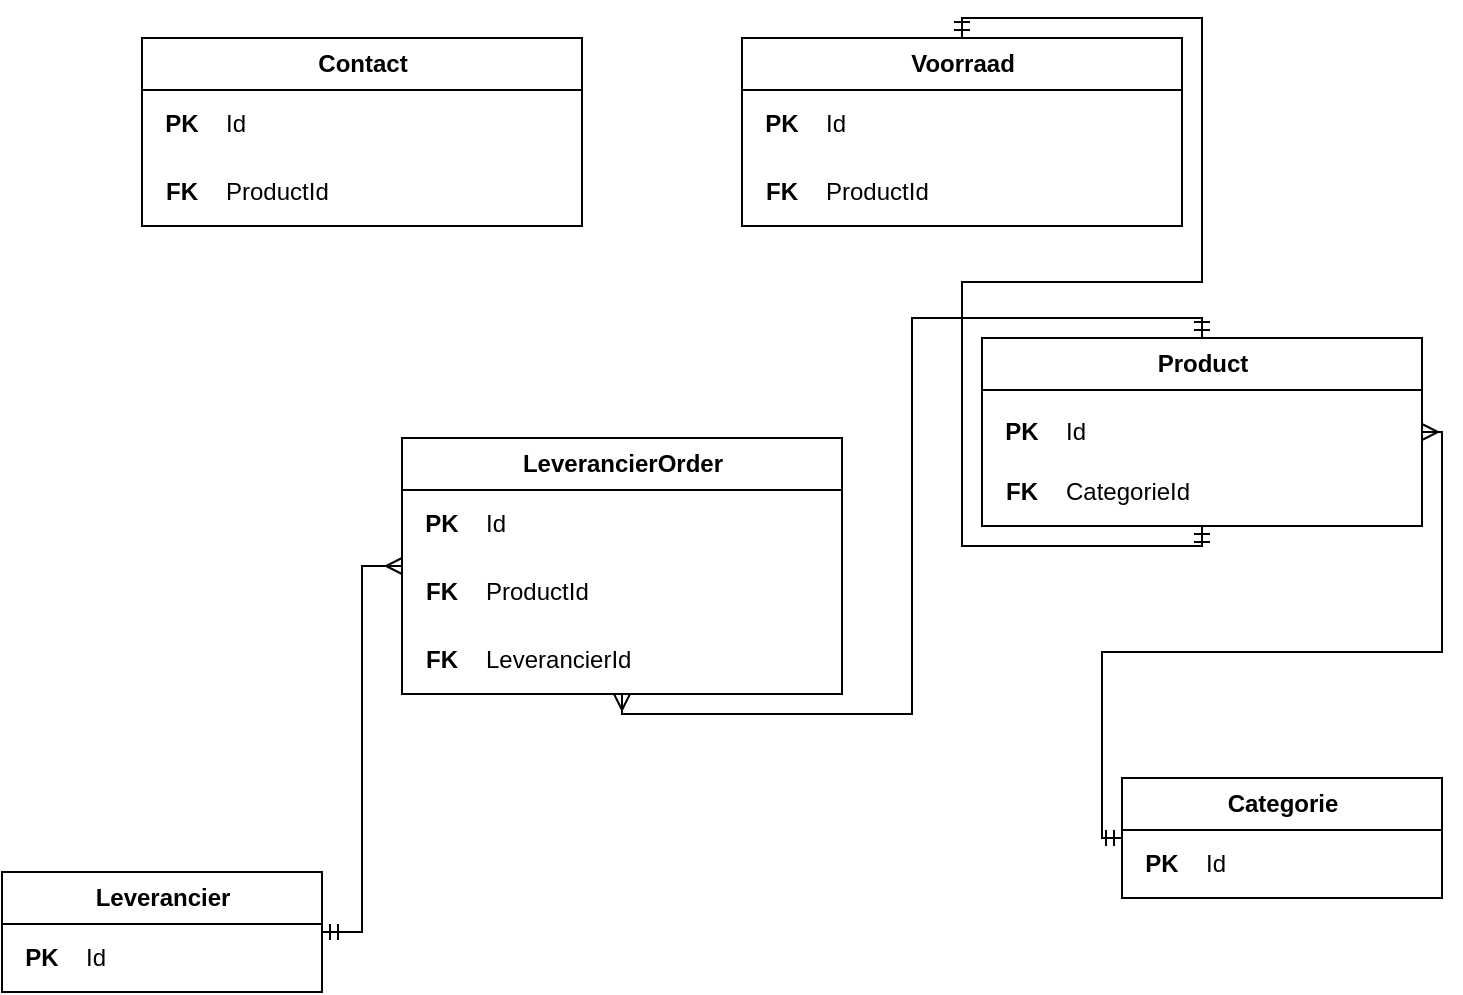
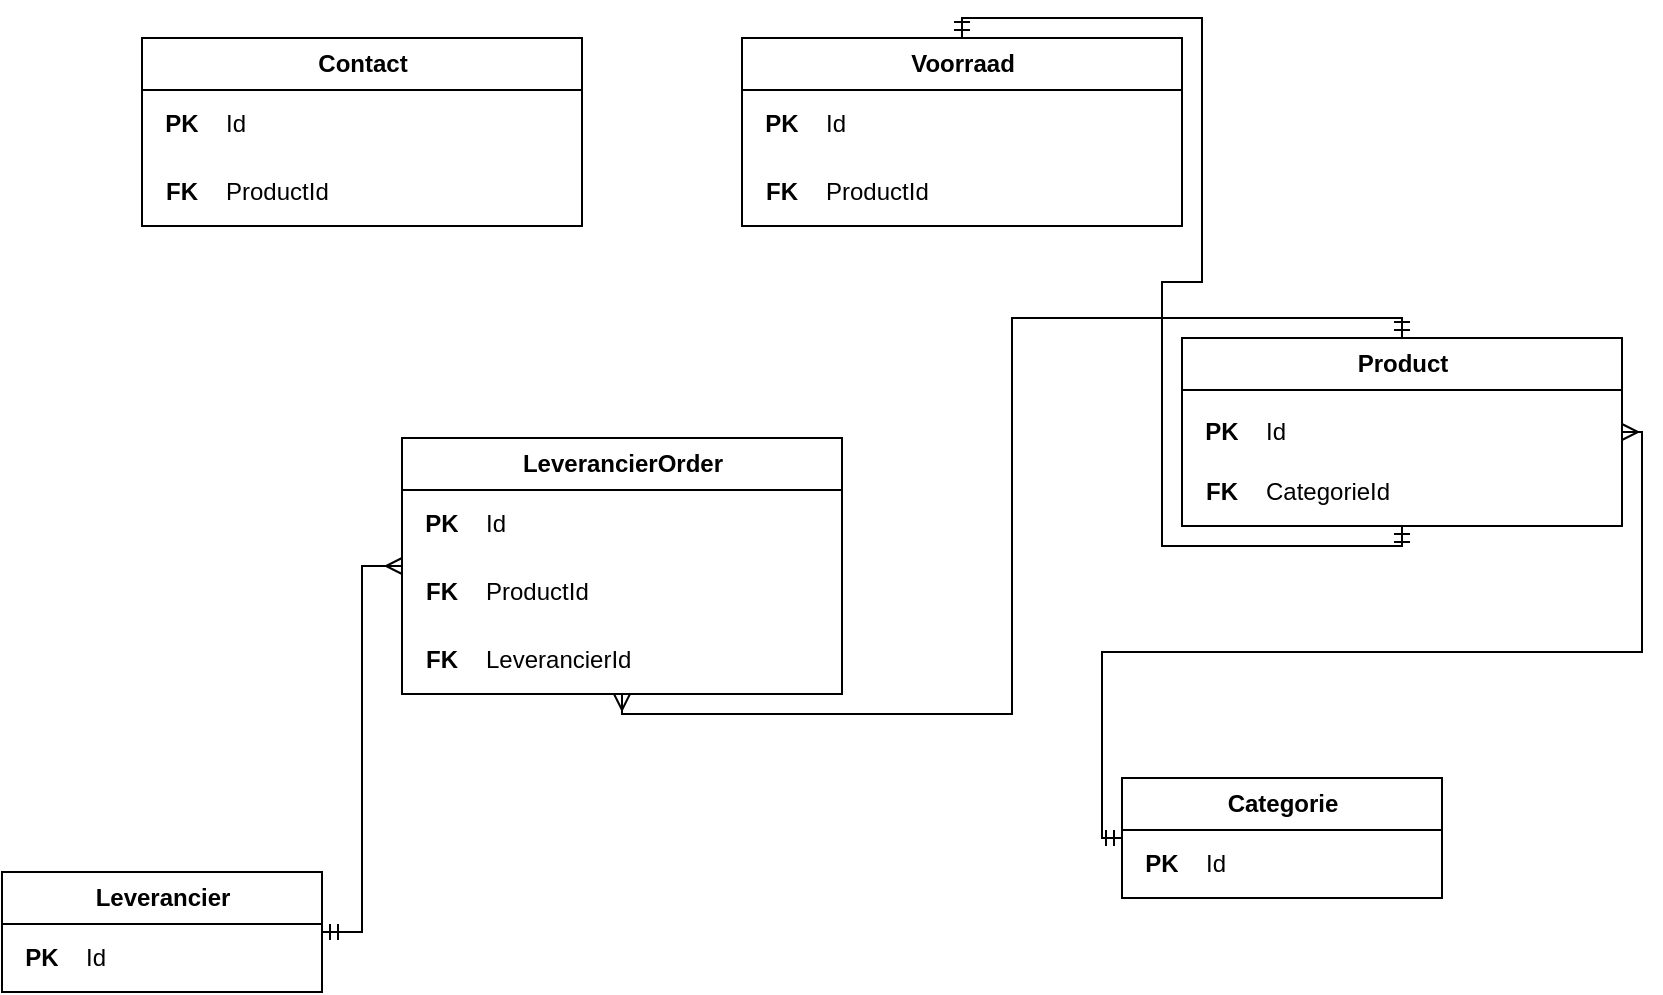
<mxfile host="65bd71144e">
    <diagram id="ProductERD" name="Product ERD">
-         <mxGraphModel dx="1082" dy="1200" grid="1" gridSize="10" guides="1" tooltips="1" connect="1" arrows="1" fold="1" page="1" pageScale="1" pageWidth="827" pageHeight="1169" math="0" shadow="0">
+         <mxGraphModel dx="727" dy="1029" grid="1" gridSize="10" guides="1" tooltips="1" connect="1" arrows="1" fold="1" page="1" pageScale="1" pageWidth="827" pageHeight="1169" math="0" shadow="0">
            <root>
                <mxCell id="0"/>
                <mxCell id="1" parent="0"/>
                <mxCell id="cat" value="Categorie" style="swimlane;childLayout=listLayout;collapsible=0;connectable=0;horizontal=1;startSize=26;fillColor=#ffffff;strokeColor=#000000;fontStyle=1;html=1;" parent="1" vertex="1">
                    <mxGeometry x="580" y="390" width="160" height="60" as="geometry"/>
                </mxCell>
-                 <mxCell id="cat_r1" value="" style="shape=partialRectangle;top=0;left=0;bottom=0;right=0;fillColor=none;align=left;verticalAlign=top;spacingLeft=4;spacingRight=4;overflow=hidden;rotatable=0;points=[];portConstraint=eastwest;html=1;" vertex="1" parent="cat">
+                 <mxCell id="cat_r1" value="" style="shape=partialRectangle;top=0;left=0;bottom=0;right=0;fillColor=none;align=left;verticalAlign=top;spacingLeft=4;spacingRight=4;overflow=hidden;rotatable=0;points=[];portConstraint=eastwest;html=1;" parent="cat" vertex="1">
                    <mxGeometry y="26" width="160" height="34" as="geometry"/>
                </mxCell>
-                 <mxCell id="cat_r1_k" value="PK" style="shape=partialRectangle;top=0;left=0;bottom=0;right=0;fillColor=none;align=center;verticalAlign=middle;fontStyle=1;overflow=hidden;connectable=0;html=1;" vertex="1" parent="cat_r1">
+                 <mxCell id="cat_r1_k" value="PK" style="shape=partialRectangle;top=0;left=0;bottom=0;right=0;fillColor=none;align=center;verticalAlign=middle;fontStyle=1;overflow=hidden;connectable=0;html=1;" parent="cat_r1" vertex="1">
                    <mxGeometry width="40" height="34" as="geometry"/>
                </mxCell>
-                 <mxCell id="cat_r1_v" value="Id" style="shape=partialRectangle;top=0;left=0;bottom=0;right=0;fillColor=none;align=left;verticalAlign=middle;overflow=hidden;connectable=0;html=1;" vertex="1" parent="cat_r1">
+                 <mxCell id="cat_r1_v" value="Id" style="shape=partialRectangle;top=0;left=0;bottom=0;right=0;fillColor=none;align=left;verticalAlign=middle;overflow=hidden;connectable=0;html=1;" parent="cat_r1" vertex="1">
                    <mxGeometry x="40" width="120" height="34" as="geometry"/>
                </mxCell>
                <mxCell id="prod" value="Product" style="swimlane;childLayout=listLayout;collapsible=0;connectable=0;horizontal=1;startSize=26;fillColor=#ffffff;strokeColor=#000000;fontStyle=1;html=1;" parent="1" vertex="1">
-                     <mxGeometry x="510" y="170" width="220" height="94" as="geometry"/>
+                     <mxGeometry x="610" y="170" width="220" height="94" as="geometry"/>
                </mxCell>
-                 <mxCell id="prod_r1" value="" style="shape=partialRectangle;top=0;left=0;bottom=0;right=0;fillColor=none;align=left;verticalAlign=top;spacingLeft=4;spacingRight=4;overflow=hidden;rotatable=0;points=[];portConstraint=eastwest;html=1;" vertex="1" parent="prod">
+                 <mxCell id="prod_r1" value="" style="shape=partialRectangle;top=0;left=0;bottom=0;right=0;fillColor=none;align=left;verticalAlign=top;spacingLeft=4;spacingRight=4;overflow=hidden;rotatable=0;points=[];portConstraint=eastwest;html=1;" parent="prod" vertex="1">
                    <mxGeometry y="30" width="220" height="34" as="geometry"/>
                </mxCell>
-                 <mxCell id="prod_r1_k" value="PK" style="shape=partialRectangle;top=0;left=0;bottom=0;right=0;fillColor=none;align=center;verticalAlign=middle;fontStyle=1;overflow=hidden;connectable=0;html=1;" vertex="1" parent="prod_r1">
+                 <mxCell id="prod_r1_k" value="PK" style="shape=partialRectangle;top=0;left=0;bottom=0;right=0;fillColor=none;align=center;verticalAlign=middle;fontStyle=1;overflow=hidden;connectable=0;html=1;" parent="prod_r1" vertex="1">
                    <mxGeometry width="40" height="34" as="geometry"/>
                </mxCell>
-                 <mxCell id="prod_r1_v" value="Id" style="shape=partialRectangle;top=0;left=0;bottom=0;right=0;fillColor=none;align=left;verticalAlign=middle;overflow=hidden;connectable=0;html=1;" vertex="1" parent="prod_r1">
+                 <mxCell id="prod_r1_v" value="Id" style="shape=partialRectangle;top=0;left=0;bottom=0;right=0;fillColor=none;align=left;verticalAlign=middle;overflow=hidden;connectable=0;html=1;" parent="prod_r1" vertex="1">
                    <mxGeometry x="40" width="180" height="34" as="geometry"/>
                </mxCell>
-                 <mxCell id="prod_r2" value="" style="shape=partialRectangle;top=0;left=0;bottom=0;right=0;fillColor=none;align=left;verticalAlign=top;spacingLeft=4;spacingRight=4;overflow=hidden;rotatable=0;points=[];portConstraint=eastwest;html=1;" vertex="1" parent="prod">
+                 <mxCell id="prod_r2" value="" style="shape=partialRectangle;top=0;left=0;bottom=0;right=0;fillColor=none;align=left;verticalAlign=top;spacingLeft=4;spacingRight=4;overflow=hidden;rotatable=0;points=[];portConstraint=eastwest;html=1;" parent="prod" vertex="1">
                    <mxGeometry y="60" width="220" height="34" as="geometry"/>
                </mxCell>
-                 <mxCell id="prod_r2_k" value="FK" style="shape=partialRectangle;top=0;left=0;bottom=0;right=0;fillColor=none;align=center;verticalAlign=middle;fontStyle=1;overflow=hidden;connectable=0;html=1;" vertex="1" parent="prod_r2">
+                 <mxCell id="prod_r2_k" value="FK" style="shape=partialRectangle;top=0;left=0;bottom=0;right=0;fillColor=none;align=center;verticalAlign=middle;fontStyle=1;overflow=hidden;connectable=0;html=1;" parent="prod_r2" vertex="1">
                    <mxGeometry width="40" height="34" as="geometry"/>
                </mxCell>
-                 <mxCell id="prod_r2_v" value="CategorieId" style="shape=partialRectangle;top=0;left=0;bottom=0;right=0;fillColor=none;align=left;verticalAlign=middle;overflow=hidden;connectable=0;html=1;" vertex="1" parent="prod_r2">
+                 <mxCell id="prod_r2_v" value="CategorieId" style="shape=partialRectangle;top=0;left=0;bottom=0;right=0;fillColor=none;align=left;verticalAlign=middle;overflow=hidden;connectable=0;html=1;" parent="prod_r2" vertex="1">
                    <mxGeometry x="40" width="180" height="34" as="geometry"/>
                </mxCell>
                <mxCell id="voor" value="Voorraad" style="swimlane;childLayout=listLayout;collapsible=0;connectable=0;horizontal=1;startSize=26;fillColor=#ffffff;strokeColor=#000000;fontStyle=1;html=1;" parent="1" vertex="1">
                    <mxGeometry x="390" y="20" width="220" height="94" as="geometry"/>
                </mxCell>
-                 <mxCell id="voor_r1" value="" style="shape=partialRectangle;top=0;left=0;bottom=0;right=0;fillColor=none;align=left;verticalAlign=top;spacingLeft=4;spacingRight=4;overflow=hidden;rotatable=0;points=[];portConstraint=eastwest;html=1;" vertex="1" parent="voor">
+                 <mxCell id="voor_r1" value="" style="shape=partialRectangle;top=0;left=0;bottom=0;right=0;fillColor=none;align=left;verticalAlign=top;spacingLeft=4;spacingRight=4;overflow=hidden;rotatable=0;points=[];portConstraint=eastwest;html=1;" parent="voor" vertex="1">
                    <mxGeometry y="26" width="220" height="34" as="geometry"/>
                </mxCell>
-                 <mxCell id="voor_r1_k" value="PK" style="shape=partialRectangle;top=0;left=0;bottom=0;right=0;fillColor=none;align=center;verticalAlign=middle;fontStyle=1;overflow=hidden;connectable=0;html=1;" vertex="1" parent="voor_r1">
+                 <mxCell id="voor_r1_k" value="PK" style="shape=partialRectangle;top=0;left=0;bottom=0;right=0;fillColor=none;align=center;verticalAlign=middle;fontStyle=1;overflow=hidden;connectable=0;html=1;" parent="voor_r1" vertex="1">
                    <mxGeometry width="40" height="34" as="geometry"/>
                </mxCell>
-                 <mxCell id="voor_r1_v" value="Id" style="shape=partialRectangle;top=0;left=0;bottom=0;right=0;fillColor=none;align=left;verticalAlign=middle;overflow=hidden;connectable=0;html=1;" vertex="1" parent="voor_r1">
+                 <mxCell id="voor_r1_v" value="Id" style="shape=partialRectangle;top=0;left=0;bottom=0;right=0;fillColor=none;align=left;verticalAlign=middle;overflow=hidden;connectable=0;html=1;" parent="voor_r1" vertex="1">
                    <mxGeometry x="40" width="180" height="34" as="geometry"/>
                </mxCell>
-                 <mxCell id="voor_r2" value="" style="shape=partialRectangle;top=0;left=0;bottom=0;right=0;fillColor=none;align=left;verticalAlign=top;spacingLeft=4;spacingRight=4;overflow=hidden;rotatable=0;points=[];portConstraint=eastwest;html=1;" vertex="1" parent="voor">
+                 <mxCell id="voor_r2" value="" style="shape=partialRectangle;top=0;left=0;bottom=0;right=0;fillColor=none;align=left;verticalAlign=top;spacingLeft=4;spacingRight=4;overflow=hidden;rotatable=0;points=[];portConstraint=eastwest;html=1;" parent="voor" vertex="1">
                    <mxGeometry y="60" width="220" height="34" as="geometry"/>
                </mxCell>
-                 <mxCell id="voor_r2_k" value="FK" style="shape=partialRectangle;top=0;left=0;bottom=0;right=0;fillColor=none;align=center;verticalAlign=middle;fontStyle=1;overflow=hidden;connectable=0;html=1;" vertex="1" parent="voor_r2">
+                 <mxCell id="voor_r2_k" value="FK" style="shape=partialRectangle;top=0;left=0;bottom=0;right=0;fillColor=none;align=center;verticalAlign=middle;fontStyle=1;overflow=hidden;connectable=0;html=1;" parent="voor_r2" vertex="1">
                    <mxGeometry width="40" height="34" as="geometry"/>
                </mxCell>
-                 <mxCell id="voor_r2_v" value="ProductId" style="shape=partialRectangle;top=0;left=0;bottom=0;right=0;fillColor=none;align=left;verticalAlign=middle;overflow=hidden;connectable=0;html=1;" vertex="1" parent="voor_r2">
+                 <mxCell id="voor_r2_v" value="ProductId" style="shape=partialRectangle;top=0;left=0;bottom=0;right=0;fillColor=none;align=left;verticalAlign=middle;overflow=hidden;connectable=0;html=1;" parent="voor_r2" vertex="1">
                    <mxGeometry x="40" width="180" height="34" as="geometry"/>
                </mxCell>
                <mxCell id="lev" value="Leverancier" style="swimlane;childLayout=listLayout;collapsible=0;connectable=0;horizontal=1;startSize=26;fillColor=#ffffff;strokeColor=#000000;fontStyle=1;html=1;" parent="1" vertex="1">
                    <mxGeometry x="20" y="437" width="160" height="60" as="geometry"/>
                </mxCell>
-                 <mxCell id="lev_r1" value="" style="shape=partialRectangle;top=0;left=0;bottom=0;right=0;fillColor=none;align=left;verticalAlign=top;spacingLeft=4;spacingRight=4;overflow=hidden;rotatable=0;points=[];portConstraint=eastwest;html=1;" vertex="1" parent="lev">
+                 <mxCell id="lev_r1" value="" style="shape=partialRectangle;top=0;left=0;bottom=0;right=0;fillColor=none;align=left;verticalAlign=top;spacingLeft=4;spacingRight=4;overflow=hidden;rotatable=0;points=[];portConstraint=eastwest;html=1;" parent="lev" vertex="1">
                    <mxGeometry y="26" width="160" height="34" as="geometry"/>
                </mxCell>
-                 <mxCell id="lev_r1_k" value="PK" style="shape=partialRectangle;top=0;left=0;bottom=0;right=0;fillColor=none;align=center;verticalAlign=middle;fontStyle=1;overflow=hidden;connectable=0;html=1;" vertex="1" parent="lev_r1">
+                 <mxCell id="lev_r1_k" value="PK" style="shape=partialRectangle;top=0;left=0;bottom=0;right=0;fillColor=none;align=center;verticalAlign=middle;fontStyle=1;overflow=hidden;connectable=0;html=1;" parent="lev_r1" vertex="1">
                    <mxGeometry width="40" height="34" as="geometry"/>
                </mxCell>
-                 <mxCell id="lev_r1_v" value="Id" style="shape=partialRectangle;top=0;left=0;bottom=0;right=0;fillColor=none;align=left;verticalAlign=middle;overflow=hidden;connectable=0;html=1;" vertex="1" parent="lev_r1">
+                 <mxCell id="lev_r1_v" value="Id" style="shape=partialRectangle;top=0;left=0;bottom=0;right=0;fillColor=none;align=left;verticalAlign=middle;overflow=hidden;connectable=0;html=1;" parent="lev_r1" vertex="1">
                    <mxGeometry x="40" width="120" height="34" as="geometry"/>
                </mxCell>
                <mxCell id="order" value="LeverancierOrder" style="swimlane;childLayout=listLayout;collapsible=0;connectable=0;horizontal=1;startSize=26;fillColor=#ffffff;strokeColor=#000000;fontStyle=1;html=1;" parent="1" vertex="1">
                    <mxGeometry x="220" y="220" width="220" height="128" as="geometry"/>
                </mxCell>
-                 <mxCell id="order_r1" value="" style="shape=partialRectangle;top=0;left=0;bottom=0;right=0;fillColor=none;align=left;verticalAlign=top;spacingLeft=4;spacingRight=4;overflow=hidden;rotatable=0;points=[];portConstraint=eastwest;html=1;" vertex="1" parent="order">
+                 <mxCell id="order_r1" value="" style="shape=partialRectangle;top=0;left=0;bottom=0;right=0;fillColor=none;align=left;verticalAlign=top;spacingLeft=4;spacingRight=4;overflow=hidden;rotatable=0;points=[];portConstraint=eastwest;html=1;" parent="order" vertex="1">
                    <mxGeometry y="26" width="220" height="34" as="geometry"/>
                </mxCell>
-                 <mxCell id="order_r1_k" value="PK" style="shape=partialRectangle;top=0;left=0;bottom=0;right=0;fillColor=none;align=center;verticalAlign=middle;fontStyle=1;overflow=hidden;connectable=0;html=1;" vertex="1" parent="order_r1">
+                 <mxCell id="order_r1_k" value="PK" style="shape=partialRectangle;top=0;left=0;bottom=0;right=0;fillColor=none;align=center;verticalAlign=middle;fontStyle=1;overflow=hidden;connectable=0;html=1;" parent="order_r1" vertex="1">
                    <mxGeometry width="40" height="34" as="geometry"/>
                </mxCell>
-                 <mxCell id="order_r1_v" value="Id" style="shape=partialRectangle;top=0;left=0;bottom=0;right=0;fillColor=none;align=left;verticalAlign=middle;overflow=hidden;connectable=0;html=1;" vertex="1" parent="order_r1">
+                 <mxCell id="order_r1_v" value="Id" style="shape=partialRectangle;top=0;left=0;bottom=0;right=0;fillColor=none;align=left;verticalAlign=middle;overflow=hidden;connectable=0;html=1;" parent="order_r1" vertex="1">
                    <mxGeometry x="40" width="180" height="34" as="geometry"/>
                </mxCell>
-                 <mxCell id="order_r2" value="" style="shape=partialRectangle;top=0;left=0;bottom=0;right=0;fillColor=none;align=left;verticalAlign=top;spacingLeft=4;spacingRight=4;overflow=hidden;rotatable=0;points=[];portConstraint=eastwest;html=1;" vertex="1" parent="order">
+                 <mxCell id="order_r2" value="" style="shape=partialRectangle;top=0;left=0;bottom=0;right=0;fillColor=none;align=left;verticalAlign=top;spacingLeft=4;spacingRight=4;overflow=hidden;rotatable=0;points=[];portConstraint=eastwest;html=1;" parent="order" vertex="1">
                    <mxGeometry y="60" width="220" height="34" as="geometry"/>
                </mxCell>
-                 <mxCell id="order_r2_k" value="FK" style="shape=partialRectangle;top=0;left=0;bottom=0;right=0;fillColor=none;align=center;verticalAlign=middle;fontStyle=1;overflow=hidden;connectable=0;html=1;" vertex="1" parent="order_r2">
+                 <mxCell id="order_r2_k" value="FK" style="shape=partialRectangle;top=0;left=0;bottom=0;right=0;fillColor=none;align=center;verticalAlign=middle;fontStyle=1;overflow=hidden;connectable=0;html=1;" parent="order_r2" vertex="1">
                    <mxGeometry width="40" height="34" as="geometry"/>
                </mxCell>
-                 <mxCell id="order_r2_v" value="ProductId" style="shape=partialRectangle;top=0;left=0;bottom=0;right=0;fillColor=none;align=left;verticalAlign=middle;overflow=hidden;connectable=0;html=1;" vertex="1" parent="order_r2">
+                 <mxCell id="order_r2_v" value="ProductId" style="shape=partialRectangle;top=0;left=0;bottom=0;right=0;fillColor=none;align=left;verticalAlign=middle;overflow=hidden;connectable=0;html=1;" parent="order_r2" vertex="1">
                    <mxGeometry x="40" width="180" height="34" as="geometry"/>
                </mxCell>
-                 <mxCell id="order_r3" value="" style="shape=partialRectangle;top=0;left=0;bottom=0;right=0;fillColor=none;align=left;verticalAlign=top;spacingLeft=4;spacingRight=4;overflow=hidden;rotatable=0;points=[];portConstraint=eastwest;html=1;" vertex="1" parent="order">
+                 <mxCell id="order_r3" value="" style="shape=partialRectangle;top=0;left=0;bottom=0;right=0;fillColor=none;align=left;verticalAlign=top;spacingLeft=4;spacingRight=4;overflow=hidden;rotatable=0;points=[];portConstraint=eastwest;html=1;" parent="order" vertex="1">
                    <mxGeometry y="94" width="220" height="34" as="geometry"/>
                </mxCell>
-                 <mxCell id="order_r3_k" value="FK" style="shape=partialRectangle;top=0;left=0;bottom=0;right=0;fillColor=none;align=center;verticalAlign=middle;fontStyle=1;overflow=hidden;connectable=0;html=1;" vertex="1" parent="order_r3">
+                 <mxCell id="order_r3_k" value="FK" style="shape=partialRectangle;top=0;left=0;bottom=0;right=0;fillColor=none;align=center;verticalAlign=middle;fontStyle=1;overflow=hidden;connectable=0;html=1;" parent="order_r3" vertex="1">
                    <mxGeometry width="40" height="34" as="geometry"/>
                </mxCell>
-                 <mxCell id="order_r3_v" value="LeverancierId" style="shape=partialRectangle;top=0;left=0;bottom=0;right=0;fillColor=none;align=left;verticalAlign=middle;overflow=hidden;connectable=0;html=1;" vertex="1" parent="order_r3">
+                 <mxCell id="order_r3_v" value="LeverancierId" style="shape=partialRectangle;top=0;left=0;bottom=0;right=0;fillColor=none;align=left;verticalAlign=middle;overflow=hidden;connectable=0;html=1;" parent="order_r3" vertex="1">
                    <mxGeometry x="40" width="180" height="34" as="geometry"/>
                </mxCell>
-                 <mxCell id="3" style="edgeStyle=orthogonalEdgeStyle;rounded=0;html=1;exitX=1;exitY=0.5;entryX=0;entryY=0.5;strokeColor=#000000;strokeWidth=1;startArrow=ERmandOne;endArrow=ERmany;" edge="1" parent="1" source="lev" target="order">
+                 <mxCell id="3" style="edgeStyle=orthogonalEdgeStyle;rounded=0;html=1;exitX=1;exitY=0.5;entryX=0;entryY=0.5;strokeColor=#000000;strokeWidth=1;startArrow=ERmandOne;endArrow=ERmany;" parent="1" source="lev" target="order" edge="1">
                    <mxGeometry relative="1" as="geometry"/>
                </mxCell>
-                 <mxCell id="4" style="edgeStyle=orthogonalEdgeStyle;rounded=0;html=1;exitX=0;exitY=0.5;entryX=1;entryY=0.5;strokeColor=#000000;strokeWidth=1;startArrow=ERmandOne;endArrow=ERmany;" edge="1" parent="1" source="cat" target="prod">
+                 <mxCell id="4" style="edgeStyle=orthogonalEdgeStyle;rounded=0;html=1;exitX=0;exitY=0.5;entryX=1;entryY=0.5;strokeColor=#000000;strokeWidth=1;startArrow=ERmandOne;endArrow=ERmany;" parent="1" source="cat" target="prod" edge="1">
                    <mxGeometry relative="1" as="geometry"/>
                </mxCell>
-                 <mxCell id="5" style="edgeStyle=orthogonalEdgeStyle;rounded=0;html=1;exitX=0.5;exitY=0;entryX=0.5;entryY=1;strokeColor=#000000;strokeWidth=1;startArrow=ERmandOne;endArrow=ERmany;" edge="1" parent="1" source="prod" target="order">
+                 <mxCell id="5" style="edgeStyle=orthogonalEdgeStyle;rounded=0;html=1;exitX=0.5;exitY=0;entryX=0.5;entryY=1;strokeColor=#000000;strokeWidth=1;startArrow=ERmandOne;endArrow=ERmany;" parent="1" source="prod" target="order" edge="1">
                    <mxGeometry relative="1" as="geometry"/>
                </mxCell>
-                 <mxCell id="6" style="edgeStyle=orthogonalEdgeStyle;rounded=0;html=1;exitX=0.5;exitY=1;entryX=0.5;entryY=0;strokeColor=#000000;strokeWidth=1;startArrow=ERmandOne;endArrow=ERmandOne;" edge="1" parent="1" source="prod" target="voor">
+                 <mxCell id="6" style="edgeStyle=orthogonalEdgeStyle;rounded=0;html=1;exitX=0.5;exitY=1;entryX=0.5;entryY=0;strokeColor=#000000;strokeWidth=1;startArrow=ERmandOne;endArrow=ERmandOne;" parent="1" source="prod" target="voor" edge="1">
                    <mxGeometry relative="1" as="geometry"/>
                </mxCell>
-                 <mxCell id="7" value="Contact" style="swimlane;childLayout=listLayout;collapsible=0;connectable=0;horizontal=1;startSize=26;fillColor=#ffffff;strokeColor=#000000;fontStyle=1;html=1;" vertex="1" parent="1">
+                 <mxCell id="7" value="Contact" style="swimlane;childLayout=listLayout;collapsible=0;connectable=0;horizontal=1;startSize=26;fillColor=#ffffff;strokeColor=#000000;fontStyle=1;html=1;" parent="1" vertex="1">
                    <mxGeometry x="90" y="20" width="220" height="94" as="geometry"/>
                </mxCell>
-                 <mxCell id="8" value="" style="shape=partialRectangle;top=0;left=0;bottom=0;right=0;fillColor=none;align=left;verticalAlign=top;spacingLeft=4;spacingRight=4;overflow=hidden;rotatable=0;points=[];portConstraint=eastwest;html=1;" vertex="1" parent="7">
+                 <mxCell id="8" value="" style="shape=partialRectangle;top=0;left=0;bottom=0;right=0;fillColor=none;align=left;verticalAlign=top;spacingLeft=4;spacingRight=4;overflow=hidden;rotatable=0;points=[];portConstraint=eastwest;html=1;" parent="7" vertex="1">
                    <mxGeometry y="26" width="220" height="34" as="geometry"/>
                </mxCell>
-                 <mxCell id="9" value="PK" style="shape=partialRectangle;top=0;left=0;bottom=0;right=0;fillColor=none;align=center;verticalAlign=middle;fontStyle=1;overflow=hidden;connectable=0;html=1;" vertex="1" parent="8">
+                 <mxCell id="9" value="PK" style="shape=partialRectangle;top=0;left=0;bottom=0;right=0;fillColor=none;align=center;verticalAlign=middle;fontStyle=1;overflow=hidden;connectable=0;html=1;" parent="8" vertex="1">
                    <mxGeometry width="40" height="34" as="geometry"/>
                </mxCell>
-                 <mxCell id="10" value="Id" style="shape=partialRectangle;top=0;left=0;bottom=0;right=0;fillColor=none;align=left;verticalAlign=middle;overflow=hidden;connectable=0;html=1;" vertex="1" parent="8">
+                 <mxCell id="10" value="Id" style="shape=partialRectangle;top=0;left=0;bottom=0;right=0;fillColor=none;align=left;verticalAlign=middle;overflow=hidden;connectable=0;html=1;" parent="8" vertex="1">
                    <mxGeometry x="40" width="180" height="34" as="geometry"/>
                </mxCell>
-                 <mxCell id="11" value="" style="shape=partialRectangle;top=0;left=0;bottom=0;right=0;fillColor=none;align=left;verticalAlign=top;spacingLeft=4;spacingRight=4;overflow=hidden;rotatable=0;points=[];portConstraint=eastwest;html=1;" vertex="1" parent="7">
+                 <mxCell id="11" value="" style="shape=partialRectangle;top=0;left=0;bottom=0;right=0;fillColor=none;align=left;verticalAlign=top;spacingLeft=4;spacingRight=4;overflow=hidden;rotatable=0;points=[];portConstraint=eastwest;html=1;" parent="7" vertex="1">
                    <mxGeometry y="60" width="220" height="34" as="geometry"/>
                </mxCell>
-                 <mxCell id="12" value="FK" style="shape=partialRectangle;top=0;left=0;bottom=0;right=0;fillColor=none;align=center;verticalAlign=middle;fontStyle=1;overflow=hidden;connectable=0;html=1;" vertex="1" parent="11">
+                 <mxCell id="12" value="FK" style="shape=partialRectangle;top=0;left=0;bottom=0;right=0;fillColor=none;align=center;verticalAlign=middle;fontStyle=1;overflow=hidden;connectable=0;html=1;" parent="11" vertex="1">
                    <mxGeometry width="40" height="34" as="geometry"/>
                </mxCell>
-                 <mxCell id="13" value="ProductId" style="shape=partialRectangle;top=0;left=0;bottom=0;right=0;fillColor=none;align=left;verticalAlign=middle;overflow=hidden;connectable=0;html=1;" vertex="1" parent="11">
+                 <mxCell id="13" value="ProductId" style="shape=partialRectangle;top=0;left=0;bottom=0;right=0;fillColor=none;align=left;verticalAlign=middle;overflow=hidden;connectable=0;html=1;" parent="11" vertex="1">
                    <mxGeometry x="40" width="180" height="34" as="geometry"/>
                </mxCell>
            </root>
        </mxGraphModel>
    </diagram>
</mxfile>